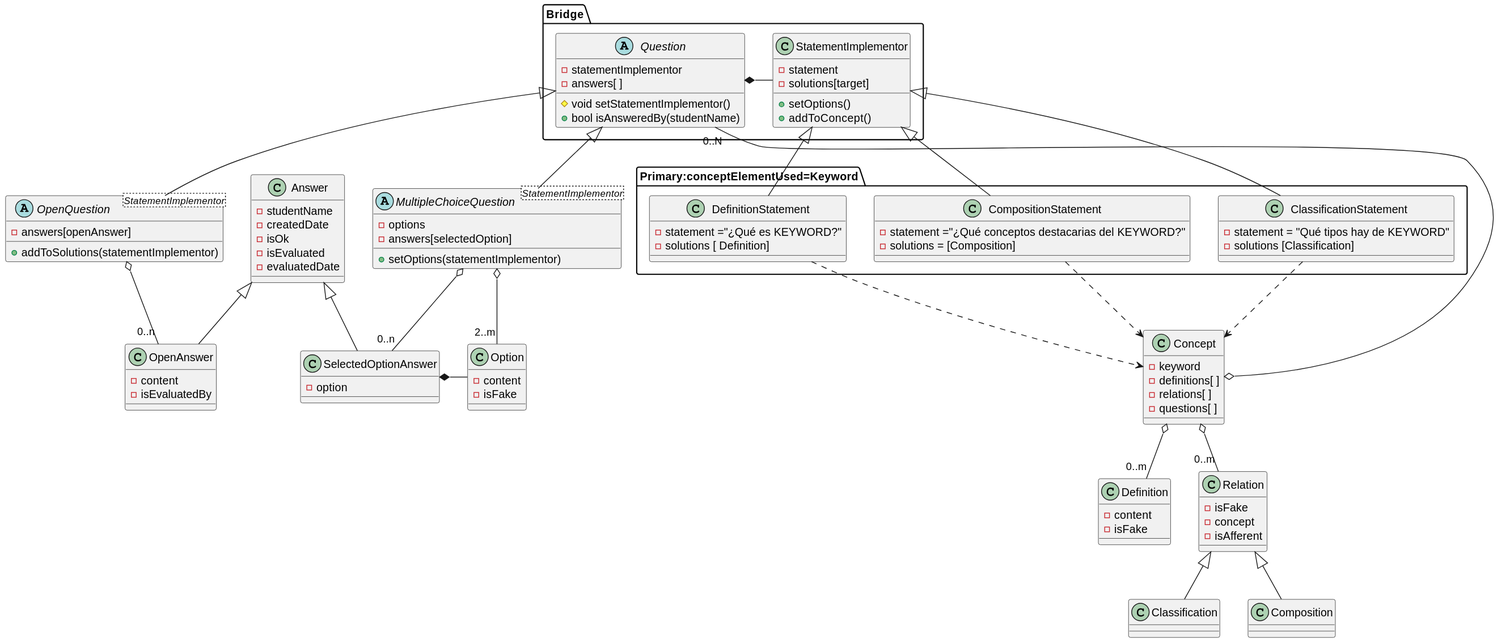
Earlier version of the PlantUML export out/doc/dominio_detail_bridgeStatement/ConceptDomainDetailBridge.svg (Joselon/ProyectoOpoTest).
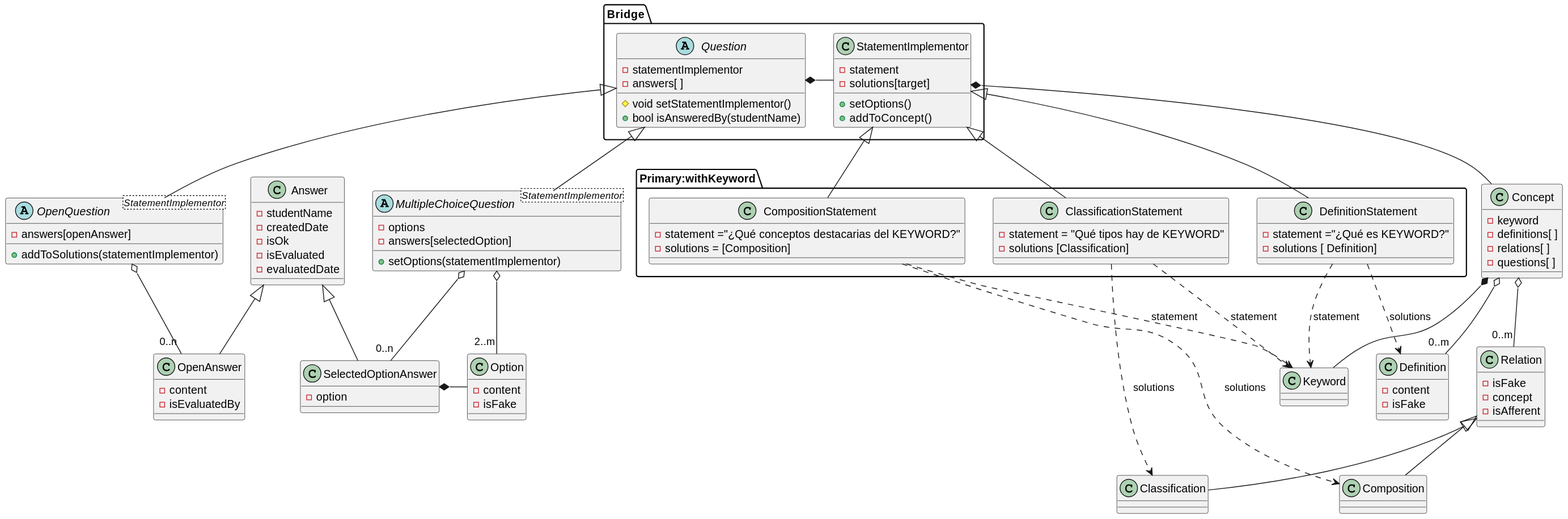
After the change.

Commit message:
Revision Clase 13 diagramas

What changed in the source:
```diff
@@ -22,7 +22,7 @@
 
 class Composition
 
-package Primary:conceptElementUsed=Keyword {
+package Primary:withKeyword {
     class DefinitionStatement {
         - statement ="¿Qué es KEYWORD?"
         - solutions [ Definition]
@@ -89,7 +89,6 @@
 
 }
 
-Question *- StatementImplementor
 Question <|-- OpenQuestion
 Question <|-- MultipleChoiceQuestion
 
@@ -100,20 +99,25 @@
 Answer <|-- OpenAnswer
 Answer <|-- SelectedOptionAnswer
 
-DefinitionStatement ..> Concept
-ClassificationStatement ..> Concept
-CompositionStatement ..> Concept
-
-Concept o-- "0..N" Question
-Concept o--"0..m" Definition
-
-Concept o-- "0..m" Relation
-Relation <|-- Classification
-Relation <|-- Composition
+Question *- StatementImplementor
+StatementImplementor *-- Concept
 
 StatementImplementor <|-- DefinitionStatement
 StatementImplementor <|-- ClassificationStatement
 StatementImplementor <|-- CompositionStatement
 
+DefinitionStatement ..> Keyword :statement
+ClassificationStatement ..> Keyword :statement
+CompositionStatement ..> Keyword: statement
+
+DefinitionStatement ..> Definition :solutions
+ClassificationStatement ..> Classification :solutions
+CompositionStatement ..-> Composition:solutions
+
+Concept *-- Keyword
+Concept o--"0..m" Definition
+Concept o-- "0..m" Relation
+Relation <|-- Classification
+Relation <|-- Composition
 
 @enduml
```
